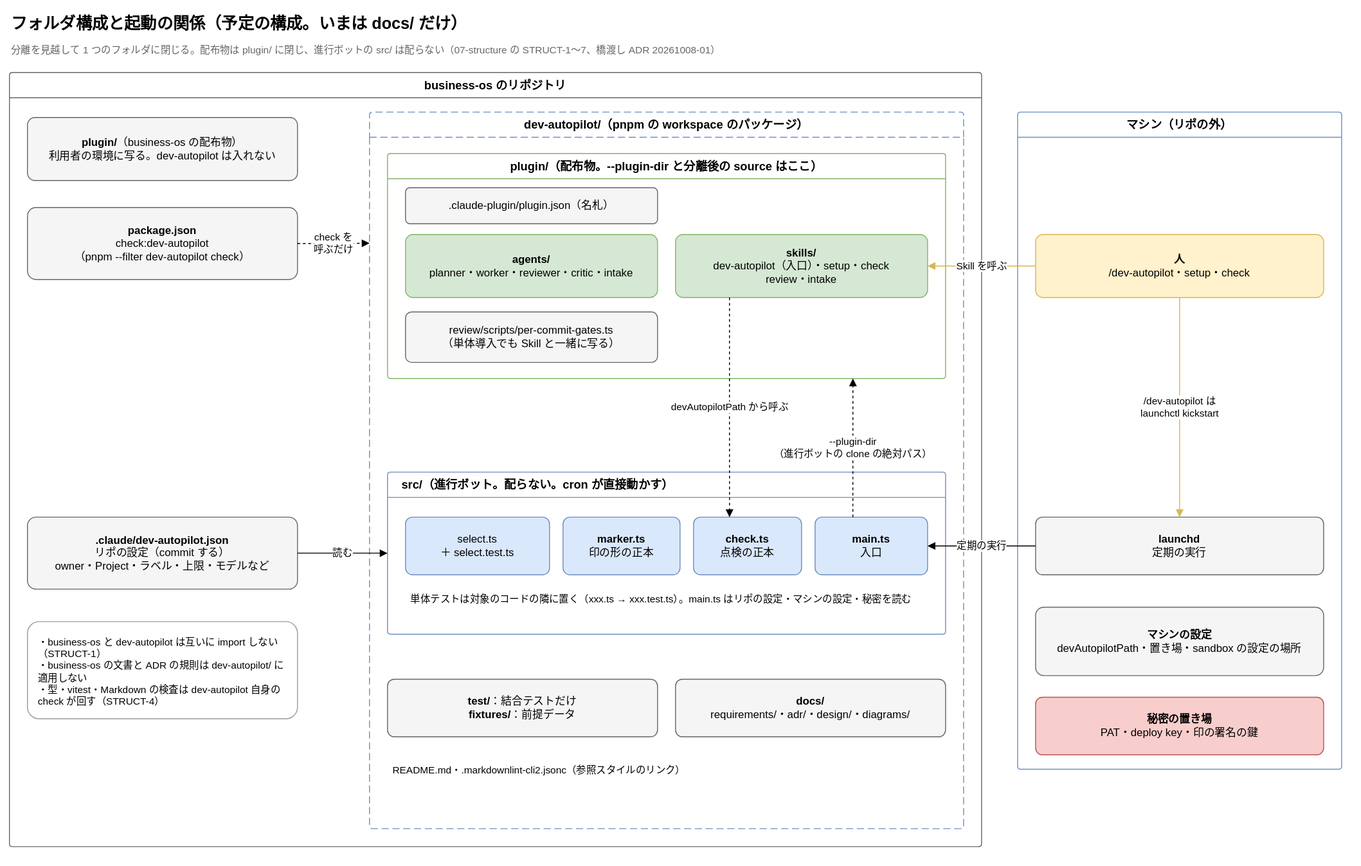
Joymerrevent/dev-autopilot keeps this draw.io diagram as docs/diagrams/structure.drawio.svg. Above is the earlier version. Source tidied: cells renumbered, new cells last; positions are measured from the earlier drawing's top-left corner, leaving out a move shared by most shapes. The source it was exported from:
```xml
<mxGraphModel background="#ffffff">
  <root>
    <mxCell id="0" />
    <mxCell id="1" parent="0" />
    <mxCell id="2" value="フォルダ構成と起動の関係（予定の構成。いまは docs/ だけ）" style="text;html=1;whiteSpace=wrap;align=left;verticalAlign=middle;fontSize=18;fontStyle=1;" parent="1" vertex="1">
      <mxGeometry width="1000" height="32" as="geometry" />
    </mxCell>
    <mxCell id="3" value="分離を見越して 1 つのフォルダに閉じる。配布物は plugin/ に閉じ、進行ボットの src/ は配らない（07-structure の STRUCT-1〜7、橋渡し ADR 20261008-01）" style="text;html=1;whiteSpace=wrap;align=left;verticalAlign=top;fontSize=11;fontColor=#666666;" parent="1" vertex="1">
      <mxGeometry y="32" width="1480" height="22" as="geometry" />
    </mxCell>
    <mxCell id="4" value="business-os のリポジトリ" style="swimlane;startSize=28;html=1;whiteSpace=wrap;rounded=1;arcSize=4;fontStyle=1;fontSize=13;strokeColor=#666666;fillColor=none;swimlaneFillColor=none;" parent="1" vertex="1">
      <mxGeometry y="70" width="1080" height="860" as="geometry" />
    </mxCell>
    <mxCell id="5" value="&lt;b&gt;plugin/&lt;/b&gt;（business-os の配布物）&lt;br&gt;利用者の環境に写る。dev-autopilot は入れない" style="rounded=1;whiteSpace=wrap;html=1;fontSize=12;arcSize=12;fillColor=#f5f5f5;strokeColor=#666666;spacing=12;" parent="4" vertex="1">
      <mxGeometry x="20" y="50" width="300" height="70" as="geometry" />
    </mxCell>
    <mxCell id="6" value="&lt;b&gt;package.json&lt;/b&gt;&lt;br&gt;check:dev-autopilot&lt;br&gt;（pnpm --filter dev-autopilot check）" style="rounded=1;whiteSpace=wrap;html=1;fontSize=12;arcSize=12;fillColor=#f5f5f5;strokeColor=#666666;spacing=12;" parent="4" vertex="1">
      <mxGeometry x="20" y="150" width="300" height="80" as="geometry" />
    </mxCell>
    <mxCell id="7" value="&lt;b&gt;.claude/dev-autopilot.json&lt;/b&gt;&lt;br&gt;リポの設定（commit する）&lt;br&gt;owner・Project・ラベル・上限・モデルなど" style="rounded=1;whiteSpace=wrap;html=1;fontSize=12;arcSize=12;fillColor=#f5f5f5;strokeColor=#666666;spacing=12;" parent="4" vertex="1">
      <mxGeometry x="20" y="494" width="300" height="80" as="geometry" />
    </mxCell>
    <mxCell id="8" value="・business-os と dev-autopilot は互いに import しない（STRUCT-1）&lt;br&gt;・business-os の文書と ADR の規則は dev-autopilot/ に適用しない&lt;br&gt;・型・vitest・Markdown の検査は dev-autopilot 自身の check が回す（STRUCT-4）" style="rounded=1;whiteSpace=wrap;html=1;fontSize=12;arcSize=12;align=left;verticalAlign=top;fontSize=11;fillColor=#ffffff;strokeColor=#999999;spacing=12;" parent="4" vertex="1">
      <mxGeometry x="20" y="610" width="300" height="108" as="geometry" />
    </mxCell>
    <mxCell id="9" value="dev-autopilot/（pnpm の workspace のパッケージ）" style="swimlane;startSize=28;html=1;whiteSpace=wrap;rounded=1;arcSize=4;dashed=1;dashPattern=8 4;fontStyle=1;fontSize=13;strokeColor=#6c8ebf;fillColor=none;swimlaneFillColor=none;" parent="4" vertex="1">
      <mxGeometry x="400" y="44" width="660" height="796" as="geometry" />
    </mxCell>
    <mxCell id="10" value="plugin/（配布物。--plugin-dir と分離後の source はここ）" style="swimlane;startSize=28;html=1;whiteSpace=wrap;rounded=1;arcSize=4;fontStyle=1;fontSize=13;strokeColor=#82b366;fillColor=none;swimlaneFillColor=none;" parent="9" vertex="1">
      <mxGeometry x="20" y="46" width="620" height="250" as="geometry" />
    </mxCell>
    <mxCell id="11" value=".claude-plugin/plugin.json（名札）" style="rounded=1;whiteSpace=wrap;html=1;fontSize=12;arcSize=12;fillColor=#f5f5f5;strokeColor=#666666;spacing=12;" parent="10" vertex="1">
      <mxGeometry x="20" y="38" width="280" height="40" as="geometry" />
    </mxCell>
    <mxCell id="12" value="&lt;b&gt;agents/&lt;/b&gt;&lt;br&gt;planner・worker・reviewer・critic・intake" style="rounded=1;whiteSpace=wrap;html=1;fontSize=12;arcSize=12;fillColor=#d5e8d4;strokeColor=#82b366;spacing=12;" parent="10" vertex="1">
      <mxGeometry x="20" y="90" width="280" height="70" as="geometry" />
    </mxCell>
    <mxCell id="13" value="&lt;b&gt;skills/&lt;/b&gt;&lt;br&gt;dev-autopilot（入口）・setup・check&lt;br&gt;review・intake" style="rounded=1;whiteSpace=wrap;html=1;fontSize=12;arcSize=12;fillColor=#d5e8d4;strokeColor=#82b366;spacing=12;" parent="10" vertex="1">
      <mxGeometry x="320" y="90" width="280" height="70" as="geometry" />
    </mxCell>
    <mxCell id="14" value="review/scripts/per-commit-gates.ts&lt;br&gt;（単体導入でも Skill と一緒に写る）" style="rounded=1;whiteSpace=wrap;html=1;fontSize=12;arcSize=12;fillColor=#f5f5f5;strokeColor=#666666;spacing=12;" parent="10" vertex="1">
      <mxGeometry x="20" y="176" width="280" height="56" as="geometry" />
    </mxCell>
    <mxCell id="15" value="src/（進行ボット。配らない。cron が直接動かす）" style="swimlane;startSize=28;html=1;whiteSpace=wrap;rounded=1;arcSize=4;fontStyle=1;fontSize=13;strokeColor=#6c8ebf;fillColor=none;swimlaneFillColor=none;align=left;spacingLeft=14;" parent="9" vertex="1">
      <mxGeometry x="20" y="400" width="620" height="180" as="geometry" />
    </mxCell>
    <mxCell id="16" value="select.ts&lt;br&gt;＋ select.test.ts" style="rounded=1;whiteSpace=wrap;html=1;fontSize=12;arcSize=12;fillColor=#dae8fc;strokeColor=#6c8ebf;spacing=12;" parent="15" vertex="1">
      <mxGeometry x="20" y="50" width="160" height="64" as="geometry" />
    </mxCell>
    <mxCell id="17" value="&lt;b&gt;marker.ts&lt;/b&gt;&lt;br&gt;印の形の正本" style="rounded=1;whiteSpace=wrap;html=1;fontSize=12;arcSize=12;fillColor=#dae8fc;strokeColor=#6c8ebf;spacing=12;" parent="15" vertex="1">
      <mxGeometry x="195" y="50" width="130" height="64" as="geometry" />
    </mxCell>
    <mxCell id="18" value="&lt;b&gt;check.ts&lt;/b&gt;&lt;br&gt;点検の正本" style="rounded=1;whiteSpace=wrap;html=1;fontSize=12;arcSize=12;fillColor=#dae8fc;strokeColor=#6c8ebf;spacing=12;" parent="15" vertex="1">
      <mxGeometry x="340" y="50" width="120" height="64" as="geometry" />
    </mxCell>
    <mxCell id="19" value="&lt;b&gt;main.ts&lt;/b&gt;&lt;br&gt;入口" style="rounded=1;whiteSpace=wrap;html=1;fontSize=12;arcSize=12;fillColor=#dae8fc;strokeColor=#6c8ebf;spacing=12;" parent="15" vertex="1">
      <mxGeometry x="475" y="50" width="125" height="64" as="geometry" />
    </mxCell>
    <mxCell id="20" value="単体テストは対象のコードの隣に置く（xxx.ts → xxx.test.ts）。main.ts はリポの設定・マシンの設定・秘密を読む" style="text;html=1;whiteSpace=wrap;align=left;verticalAlign=top;fontSize=11;spacing=6;" parent="15" vertex="1">
      <mxGeometry x="20" y="124" width="580" height="44" as="geometry" />
    </mxCell>
    <mxCell id="21" value="&lt;b&gt;test/&lt;/b&gt;：結合テストだけ&lt;br&gt;&lt;b&gt;fixtures/&lt;/b&gt;：前提データ" style="rounded=1;whiteSpace=wrap;html=1;fontSize=12;arcSize=12;fillColor=#f5f5f5;strokeColor=#666666;spacing=12;" parent="9" vertex="1">
      <mxGeometry x="20" y="630" width="300" height="64" as="geometry" />
    </mxCell>
    <mxCell id="22" value="&lt;b&gt;docs/&lt;/b&gt;&lt;br&gt;requirements/・adr/・design/・diagrams/" style="rounded=1;whiteSpace=wrap;html=1;fontSize=12;arcSize=12;fillColor=#f5f5f5;strokeColor=#666666;spacing=12;" parent="9" vertex="1">
      <mxGeometry x="340" y="630" width="300" height="64" as="geometry" />
    </mxCell>
    <mxCell id="23" value="README.md・.markdownlint-cli2.jsonc（参照スタイルのリンク）" style="text;html=1;whiteSpace=wrap;align=left;verticalAlign=top;fontSize=11;spacing=6;" parent="9" vertex="1">
      <mxGeometry x="20" y="714" width="620" height="36" as="geometry" />
    </mxCell>
    <mxCell id="24" value="マシン（リポの外）" style="swimlane;startSize=28;html=1;whiteSpace=wrap;rounded=1;arcSize=4;fontStyle=1;fontSize=13;strokeColor=#6c8ebf;fillColor=none;swimlaneFillColor=none;" parent="1" vertex="1">
      <mxGeometry x="1120" y="114" width="360" height="730" as="geometry" />
    </mxCell>
    <mxCell id="25" value="&lt;b&gt;人&lt;/b&gt;&lt;br&gt;/dev-autopilot・setup・check" style="rounded=1;whiteSpace=wrap;html=1;fontSize=12;arcSize=12;fillColor=#fff2cc;strokeColor=#d6b656;spacing=12;" parent="24" vertex="1">
      <mxGeometry x="20" y="136" width="320" height="70" as="geometry" />
    </mxCell>
    <mxCell id="26" value="&lt;b&gt;launchd&lt;/b&gt;&lt;br&gt;定期の実行" style="rounded=1;whiteSpace=wrap;html=1;fontSize=12;arcSize=12;fillColor=#f5f5f5;strokeColor=#666666;spacing=12;" parent="24" vertex="1">
      <mxGeometry x="20" y="450" width="320" height="64" as="geometry" />
    </mxCell>
    <mxCell id="27" value="&lt;b&gt;マシンの設定&lt;/b&gt;&lt;br&gt;devAutopilotPath・置き場・sandbox の設定の場所" style="rounded=1;whiteSpace=wrap;html=1;fontSize=12;arcSize=12;fillColor=#f5f5f5;strokeColor=#666666;spacing=12;" parent="24" vertex="1">
      <mxGeometry x="20" y="550" width="320" height="76" as="geometry" />
    </mxCell>
    <mxCell id="28" value="&lt;b&gt;秘密の置き場&lt;/b&gt;&lt;br&gt;PAT・deploy key・印の署名の鍵" style="rounded=1;whiteSpace=wrap;html=1;fontSize=12;arcSize=12;fillColor=#f8cecc;strokeColor=#b85450;spacing=12;" parent="24" vertex="1">
      <mxGeometry x="20" y="650" width="320" height="64" as="geometry" />
    </mxCell>
    <mxCell id="29" value="Skill を呼ぶ" style="edgeStyle=orthogonalEdgeStyle;rounded=1;html=1;endArrow=block;endFill=1;fontSize=11;labelBackgroundColor=#ffffff;strokeColor=#d6b656;exitX=0;exitY=0.5;exitDx=0;exitDy=0;entryX=1;entryY=0.5;entryDx=0;entryDy=0;" parent="1" edge="1" source="25" target="13">
      <mxGeometry relative="1" as="geometry" />
    </mxCell>
    <mxCell id="30" value="/dev-autopilot は&lt;br&gt;launchctl kickstart" style="edgeStyle=orthogonalEdgeStyle;rounded=1;html=1;endArrow=block;endFill=1;fontSize=11;labelBackgroundColor=#ffffff;strokeColor=#d6b656;exitX=0.5;exitY=1;exitDx=0;exitDy=0;entryX=0.5;entryY=0;entryDx=0;entryDy=0;" parent="1" edge="1" source="25" target="26">
      <mxGeometry relative="1" as="geometry" />
    </mxCell>
    <mxCell id="31" value="定期の実行" style="edgeStyle=orthogonalEdgeStyle;rounded=1;html=1;endArrow=block;endFill=1;fontSize=11;labelBackgroundColor=#ffffff;exitX=0;exitY=0.5;exitDx=0;exitDy=0;entryX=1;entryY=0.5;entryDx=0;entryDy=0;" parent="1" edge="1" source="26" target="19">
      <mxGeometry relative="1" as="geometry" />
    </mxCell>
    <mxCell id="32" value="--plugin-dir&lt;br&gt;（進行ボットの clone の絶対パス）" style="edgeStyle=orthogonalEdgeStyle;rounded=1;html=1;endArrow=block;endFill=1;fontSize=11;labelBackgroundColor=#ffffff;dashed=1;exitX=0.336;exitY=0;exitDx=0;exitDy=0;entryX=0.834;entryY=1;entryDx=0;entryDy=0;" parent="1" edge="1" source="19" target="10">
      <mxGeometry relative="1" as="geometry" />
    </mxCell>
    <mxCell id="33" value="devAutopilotPath から呼ぶ" style="edgeStyle=orthogonalEdgeStyle;rounded=1;html=1;endArrow=block;endFill=1;fontSize=11;labelBackgroundColor=#ffffff;dashed=1;exitX=0.214;exitY=1;exitDx=0;exitDy=0;entryX=0.333;entryY=0;entryDx=0;entryDy=0;" parent="1" edge="1" source="13" target="18">
      <mxGeometry relative="1" as="geometry" />
    </mxCell>
    <mxCell id="34" value="check を&lt;br&gt;呼ぶだけ" style="edgeStyle=orthogonalEdgeStyle;rounded=1;html=1;endArrow=block;endFill=1;fontSize=11;labelBackgroundColor=#ffffff;dashed=1;exitX=1;exitY=0.5;exitDx=0;exitDy=0;entryX=0;entryY=0.183;entryDx=0;entryDy=0;" parent="1" edge="1" source="6" target="9">
      <mxGeometry relative="1" as="geometry" />
    </mxCell>
    <mxCell id="35" value="読む" style="edgeStyle=orthogonalEdgeStyle;rounded=1;html=1;endArrow=block;endFill=1;fontSize=11;labelBackgroundColor=#ffffff;exitX=1;exitY=0.5;exitDx=0;exitDy=0;entryX=0;entryY=0.5;entryDx=0;entryDy=0;" parent="1" edge="1" source="7" target="15">
      <mxGeometry relative="1" as="geometry" />
    </mxCell>
  </root>
</mxGraphModel>
```
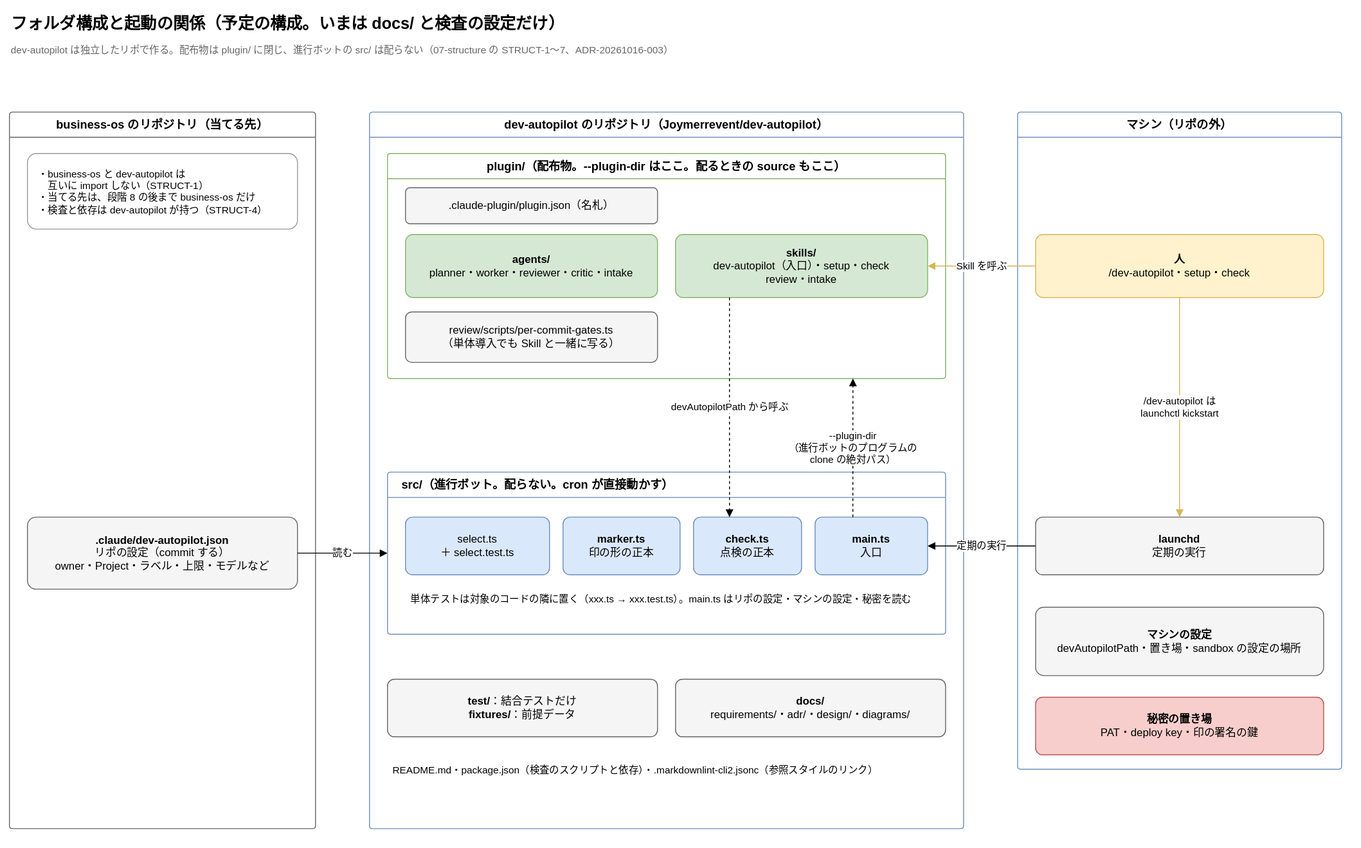
After the commit.

Commit message:
docs: 図の進行ボットの clone を 2 つに分け、構成の図の root を dev-autopilot のリポにする

What changed in the source:
```diff
@@ -2,31 +2,25 @@
   <root>
     <mxCell id="0" />
     <mxCell id="1" parent="0" />
-    <mxCell id="2" value="フォルダ構成と起動の関係（予定の構成。いまは docs/ だけ）" style="text;html=1;whiteSpace=wrap;align=left;verticalAlign=middle;fontSize=18;fontStyle=1;" parent="1" vertex="1">
+    <mxCell id="2" value="フォルダ構成と起動の関係（予定の構成。いまは docs/ と検査の設定だけ）" style="text;html=1;whiteSpace=wrap;align=left;verticalAlign=middle;fontSize=18;fontStyle=1;" parent="1" vertex="1">
       <mxGeometry width="1000" height="32" as="geometry" />
     </mxCell>
-    <mxCell id="3" value="分離を見越して 1 つのフォルダに閉じる。配布物は plugin/ に閉じ、進行ボットの src/ は配らない（07-structure の STRUCT-1〜7、橋渡し ADR 20261008-01）" style="text;html=1;whiteSpace=wrap;align=left;verticalAlign=top;fontSize=11;fontColor=#666666;" parent="1" vertex="1">
+    <mxCell id="3" value="dev-autopilot は独立したリポで作る。配布物は plugin/ に閉じ、進行ボットの src/ は配らない（07-structure の STRUCT-1〜7、ADR-20261016-003）" style="text;html=1;whiteSpace=wrap;align=left;verticalAlign=top;fontSize=11;fontColor=#666666;" parent="1" vertex="1">
       <mxGeometry y="32" width="1480" height="22" as="geometry" />
     </mxCell>
-    <mxCell id="4" value="business-os のリポジトリ" style="swimlane;startSize=28;html=1;whiteSpace=wrap;rounded=1;arcSize=4;fontStyle=1;fontSize=13;strokeColor=#666666;fillColor=none;swimlaneFillColor=none;" parent="1" vertex="1">
-      <mxGeometry y="70" width="1080" height="860" as="geometry" />
+    <mxCell id="4" value="business-os のリポジトリ（当てる先）" style="swimlane;startSize=28;html=1;whiteSpace=wrap;rounded=1;arcSize=4;fontStyle=1;fontSize=13;strokeColor=#666666;fillColor=none;swimlaneFillColor=none;" parent="1" vertex="1">
+      <mxGeometry y="114" width="340" height="796" as="geometry" />
     </mxCell>
-    <mxCell id="5" value="&lt;b&gt;plugin/&lt;/b&gt;（business-os の配布物）&lt;br&gt;利用者の環境に写る。dev-autopilot は入れない" style="rounded=1;whiteSpace=wrap;html=1;fontSize=12;arcSize=12;fillColor=#f5f5f5;strokeColor=#666666;spacing=12;" parent="4" vertex="1">
-      <mxGeometry x="20" y="50" width="300" height="70" as="geometry" />
-    </mxCell>
-    <mxCell id="6" value="&lt;b&gt;package.json&lt;/b&gt;&lt;br&gt;check:dev-autopilot&lt;br&gt;（pnpm --filter dev-autopilot check）" style="rounded=1;whiteSpace=wrap;html=1;fontSize=12;arcSize=12;fillColor=#f5f5f5;strokeColor=#666666;spacing=12;" parent="4" vertex="1">
-      <mxGeometry x="20" y="150" width="300" height="80" as="geometry" />
-    </mxCell>
     <mxCell id="7" value="&lt;b&gt;.claude/dev-autopilot.json&lt;/b&gt;&lt;br&gt;リポの設定（commit する）&lt;br&gt;owner・Project・ラベル・上限・モデルなど" style="rounded=1;whiteSpace=wrap;html=1;fontSize=12;arcSize=12;fillColor=#f5f5f5;strokeColor=#666666;spacing=12;" parent="4" vertex="1">
-      <mxGeometry x="20" y="494" width="300" height="80" as="geometry" />
+      <mxGeometry x="20" y="450" width="300" height="80" as="geometry" />
     </mxCell>
-    <mxCell id="8" value="・business-os と dev-autopilot は互いに import しない（STRUCT-1）&lt;br&gt;・business-os の文書と ADR の規則は dev-autopilot/ に適用しない&lt;br&gt;・型・vitest・Markdown の検査は dev-autopilot 自身の check が回す（STRUCT-4）" style="rounded=1;whiteSpace=wrap;html=1;fontSize=12;arcSize=12;align=left;verticalAlign=top;fontSize=11;fillColor=#ffffff;strokeColor=#999999;spacing=12;" parent="4" vertex="1">
-      <mxGeometry x="20" y="610" width="300" height="108" as="geometry" />
+    <mxCell id="8" value="・business-os と dev-autopilot は&lt;br&gt;　互いに import しない（STRUCT-1）&lt;br&gt;・当てる先は、段階 8 の後まで business-os だけ&lt;br&gt;・検査と依存は dev-autopilot が持つ（STRUCT-4）" style="rounded=1;whiteSpace=wrap;html=1;fontSize=12;arcSize=12;align=left;verticalAlign=top;fontSize=11;fillColor=#ffffff;strokeColor=#999999;spacing=12;" parent="4" vertex="1">
+      <mxGeometry x="20" y="46" width="300" height="84" as="geometry" />
     </mxCell>
-    <mxCell id="9" value="dev-autopilot/（pnpm の workspace のパッケージ）" style="swimlane;startSize=28;html=1;whiteSpace=wrap;rounded=1;arcSize=4;dashed=1;dashPattern=8 4;fontStyle=1;fontSize=13;strokeColor=#6c8ebf;fillColor=none;swimlaneFillColor=none;" parent="4" vertex="1">
-      <mxGeometry x="400" y="44" width="660" height="796" as="geometry" />
+    <mxCell id="9" value="dev-autopilot のリポジトリ（Joymerrevent/dev-autopilot）" style="swimlane;startSize=28;html=1;whiteSpace=wrap;rounded=1;arcSize=4;fontStyle=1;fontSize=13;strokeColor=#6c8ebf;fillColor=none;swimlaneFillColor=none;" parent="1" vertex="1">
+      <mxGeometry x="400" y="114" width="660" height="796" as="geometry" />
     </mxCell>
-    <mxCell id="10" value="plugin/（配布物。--plugin-dir と分離後の source はここ）" style="swimlane;startSize=28;html=1;whiteSpace=wrap;rounded=1;arcSize=4;fontStyle=1;fontSize=13;strokeColor=#82b366;fillColor=none;swimlaneFillColor=none;" parent="9" vertex="1">
+    <mxCell id="10" value="plugin/（配布物。--plugin-dir はここ。配るときの source もここ）" style="swimlane;startSize=28;html=1;whiteSpace=wrap;rounded=1;arcSize=4;fontStyle=1;fontSize=13;strokeColor=#82b366;fillColor=none;swimlaneFillColor=none;" parent="9" vertex="1">
       <mxGeometry x="20" y="46" width="620" height="250" as="geometry" />
     </mxCell>
     <mxCell id="11" value=".claude-plugin/plugin.json（名札）" style="rounded=1;whiteSpace=wrap;html=1;fontSize=12;arcSize=12;fillColor=#f5f5f5;strokeColor=#666666;spacing=12;" parent="10" vertex="1">
@@ -65,7 +59,7 @@
     <mxCell id="22" value="&lt;b&gt;docs/&lt;/b&gt;&lt;br&gt;requirements/・adr/・design/・diagrams/" style="rounded=1;whiteSpace=wrap;html=1;fontSize=12;arcSize=12;fillColor=#f5f5f5;strokeColor=#666666;spacing=12;" parent="9" vertex="1">
       <mxGeometry x="340" y="630" width="300" height="64" as="geometry" />
     </mxCell>
-    <mxCell id="23" value="README.md・.markdownlint-cli2.jsonc（参照スタイルのリンク）" style="text;html=1;whiteSpace=wrap;align=left;verticalAlign=top;fontSize=11;spacing=6;" parent="9" vertex="1">
+    <mxCell id="23" value="README.md・package.json（検査のスクリプトと依存）・.markdownlint-cli2.jsonc（参照スタイルのリンク）" style="text;html=1;whiteSpace=wrap;align=left;verticalAlign=top;fontSize=11;spacing=6;" parent="9" vertex="1">
       <mxGeometry x="20" y="714" width="620" height="36" as="geometry" />
     </mxCell>
     <mxCell id="24" value="マシン（リポの外）" style="swimlane;startSize=28;html=1;whiteSpace=wrap;rounded=1;arcSize=4;fontStyle=1;fontSize=13;strokeColor=#6c8ebf;fillColor=none;swimlaneFillColor=none;" parent="1" vertex="1">
@@ -92,15 +86,12 @@
     <mxCell id="31" value="定期の実行" style="edgeStyle=orthogonalEdgeStyle;rounded=1;html=1;endArrow=block;endFill=1;fontSize=11;labelBackgroundColor=#ffffff;exitX=0;exitY=0.5;exitDx=0;exitDy=0;entryX=1;entryY=0.5;entryDx=0;entryDy=0;" parent="1" edge="1" source="26" target="19">
       <mxGeometry relative="1" as="geometry" />
     </mxCell>
-    <mxCell id="32" value="--plugin-dir&lt;br&gt;（進行ボットの clone の絶対パス）" style="edgeStyle=orthogonalEdgeStyle;rounded=1;html=1;endArrow=block;endFill=1;fontSize=11;labelBackgroundColor=#ffffff;dashed=1;exitX=0.336;exitY=0;exitDx=0;exitDy=0;entryX=0.834;entryY=1;entryDx=0;entryDy=0;" parent="1" edge="1" source="19" target="10">
+    <mxCell id="32" value="--plugin-dir&lt;br&gt;（進行ボットのプログラムの&lt;br&gt;clone の絶対パス）" style="edgeStyle=orthogonalEdgeStyle;rounded=1;html=1;endArrow=block;endFill=1;fontSize=11;labelBackgroundColor=#ffffff;dashed=1;exitX=0.336;exitY=0;exitDx=0;exitDy=0;entryX=0.834;entryY=1;entryDx=0;entryDy=0;" parent="1" edge="1" source="19" target="10">
       <mxGeometry relative="1" as="geometry" />
     </mxCell>
     <mxCell id="33" value="devAutopilotPath から呼ぶ" style="edgeStyle=orthogonalEdgeStyle;rounded=1;html=1;endArrow=block;endFill=1;fontSize=11;labelBackgroundColor=#ffffff;dashed=1;exitX=0.214;exitY=1;exitDx=0;exitDy=0;entryX=0.333;entryY=0;entryDx=0;entryDy=0;" parent="1" edge="1" source="13" target="18">
       <mxGeometry relative="1" as="geometry" />
     </mxCell>
-    <mxCell id="34" value="check を&lt;br&gt;呼ぶだけ" style="edgeStyle=orthogonalEdgeStyle;rounded=1;html=1;endArrow=block;endFill=1;fontSize=11;labelBackgroundColor=#ffffff;dashed=1;exitX=1;exitY=0.5;exitDx=0;exitDy=0;entryX=0;entryY=0.183;entryDx=0;entryDy=0;" parent="1" edge="1" source="6" target="9">
-      <mxGeometry relative="1" as="geometry" />
-    </mxCell>
     <mxCell id="35" value="読む" style="edgeStyle=orthogonalEdgeStyle;rounded=1;html=1;endArrow=block;endFill=1;fontSize=11;labelBackgroundColor=#ffffff;exitX=1;exitY=0.5;exitDx=0;exitDy=0;entryX=0;entryY=0.5;entryDx=0;entryDy=0;" parent="1" edge="1" source="7" target="15">
       <mxGeometry relative="1" as="geometry" />
     </mxCell>
```
